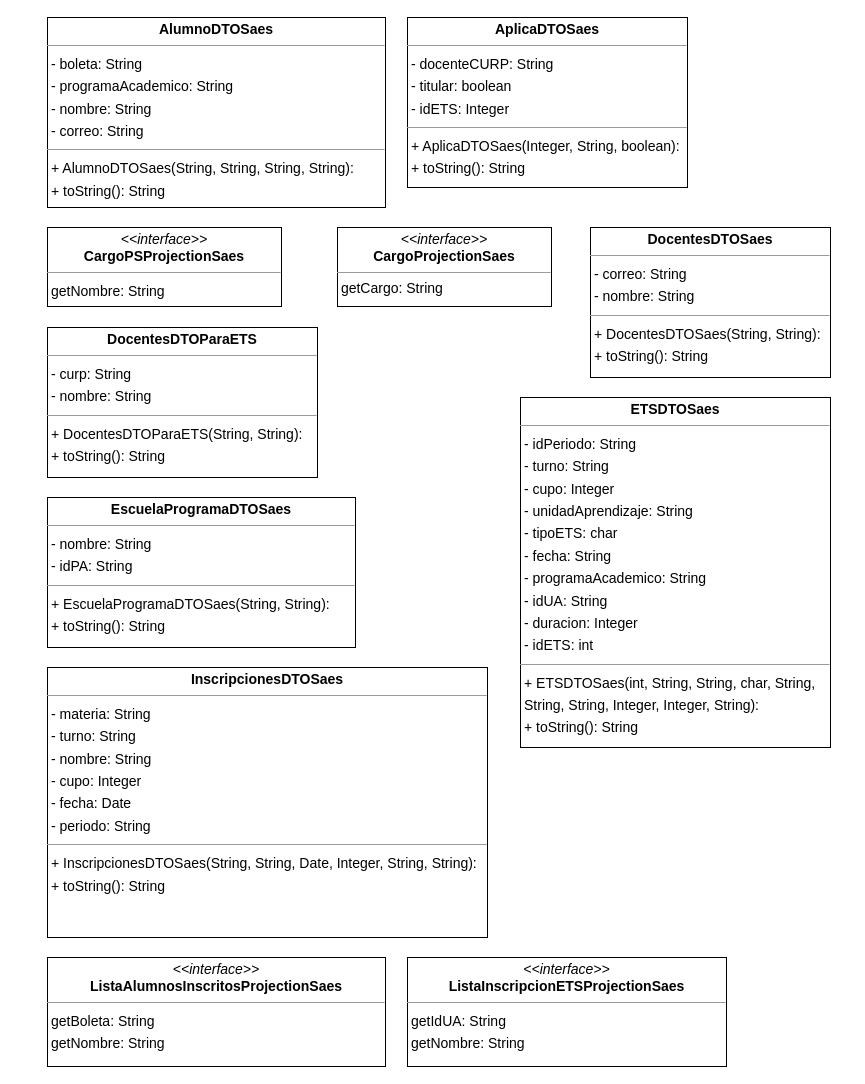
Jajr16/DocumentacionTT keeps this draw.io diagram as page "DTO1" (1 of 6) of Clases/DTOS.drawio. Above is the earlier version. Source tidied: cells renumbered, new cells numbered last; positions are measured from the earlier drawing's top-left corner, leaving out a move shared by most shapes. Both pictures are drawn from the tidied source at 100%, with x=0, y=0 at pixel (47, 17).
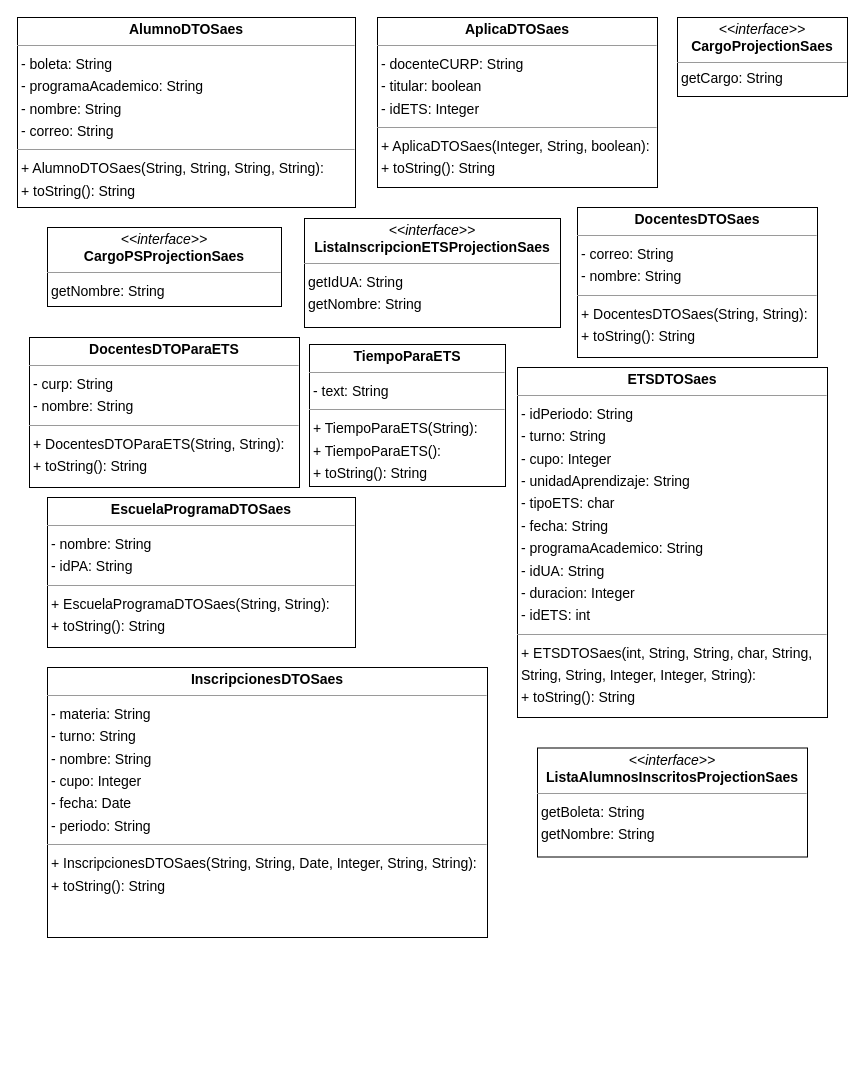
After the change.

What changed in the source:
```diff
@@
 <mxGraphModel>
   <root>
     <mxCell id="0" />
     <mxCell id="1" parent="0" />
     <mxCell id="2" value="&lt;p style=&quot;margin:0px;margin-top:4px;text-align:center;&quot;&gt;&lt;b&gt;AlumnoDTOSaes&lt;/b&gt;&lt;/p&gt;&lt;hr size=&quot;1&quot;&gt;&lt;p style=&quot;margin:0 0 0 4px;line-height:1.6;&quot;&gt;&lt;/p&gt;&lt;p style=&quot;margin:0 0 0 4px;line-height:1.6;&quot;&gt;- boleta: String&lt;br&gt;- programaAcademico: String&lt;br&gt;- nombre: String&lt;br&gt;- correo: String&lt;/p&gt;&lt;hr size=&quot;1&quot;&gt;&lt;p style=&quot;margin:0 0 0 4px;line-height:1.6;&quot;&gt;+ AlumnoDTOSaes(String, String, String, String):&lt;/p&gt;&lt;p style=&quot;margin:0 0 0 4px;line-height:1.6;&quot;&gt;+ toString(): String&lt;/p&gt;" style="verticalAlign=top;align=left;overflow=fill;fontSize=14;fontFamily=Helvetica;html=1;rounded=0;shadow=0;comic=0;labelBackgroundColor=none;strokeWidth=1;" parent="1" vertex="1">
-      <mxGeometry width="338" height="190" as="geometry" />
+      <mxGeometry x="-30" width="338" height="190" as="geometry" />
     </mxCell>
     <mxCell id="3" value="&lt;p style=&quot;margin:0px;margin-top:4px;text-align:center;&quot;&gt;&lt;b&gt;AplicaDTOSaes&lt;/b&gt;&lt;/p&gt;&lt;hr size=&quot;1&quot;&gt;&lt;p style=&quot;margin:0 0 0 4px;line-height:1.6;&quot;&gt;&lt;span style=&quot;background-color: transparent; color: light-dark(rgb(0, 0, 0), rgb(255, 255, 255));&quot;&gt;- docenteCURP: String&lt;/span&gt;&lt;/p&gt;&lt;p style=&quot;margin:0 0 0 4px;line-height:1.6;&quot;&gt;- titular: boolean&lt;br&gt;- idETS: Integer&lt;/p&gt;&lt;hr size=&quot;1&quot;&gt;&lt;p style=&quot;margin:0 0 0 4px;line-height:1.6;&quot;&gt;+ AplicaDTOSaes(Integer, String, boolean):&lt;/p&gt;&lt;p style=&quot;margin:0 0 0 4px;line-height:1.6;&quot;&gt;+ toString(): String&lt;/p&gt;&lt;p style=&quot;margin:0 0 0 4px;line-height:1.6;&quot;&gt;&lt;br&gt;&lt;/p&gt;" style="verticalAlign=top;align=left;overflow=fill;fontSize=14;fontFamily=Helvetica;html=1;rounded=0;shadow=0;comic=0;labelBackgroundColor=none;strokeWidth=1;" parent="1" vertex="1">
-      <mxGeometry x="360" width="280" height="170" as="geometry" />
+      <mxGeometry x="330" width="280" height="170" as="geometry" />
     </mxCell>
     <mxCell id="4" value="&lt;p style=&quot;margin:0px;margin-top:4px;text-align:center;&quot;&gt;&lt;i&gt;&amp;lt;&amp;lt;interface&amp;gt;&amp;gt;&lt;/i&gt;&lt;br&gt;&lt;b&gt;CargoPSProjectionSaes&lt;/b&gt;&lt;/p&gt;&lt;hr size=&quot;1&quot;&gt;&lt;p style=&quot;margin:0 0 0 4px;line-height:1.6;&quot;&gt;getNombre: String&lt;/p&gt;" style="verticalAlign=top;align=left;overflow=fill;fontSize=14;fontFamily=Helvetica;html=1;rounded=0;shadow=0;comic=0;labelBackgroundColor=none;strokeWidth=1;" parent="1" vertex="1">
       <mxGeometry y="210" width="234" height="79" as="geometry" />
     </mxCell>
     <mxCell id="5" value="&lt;p style=&quot;margin:0px;margin-top:4px;text-align:center;&quot;&gt;&lt;i&gt;&amp;lt;&amp;lt;interface&amp;gt;&amp;gt;&lt;/i&gt;&lt;br&gt;&lt;b&gt;CargoProjectionSaes&lt;/b&gt;&lt;/p&gt;&lt;hr size=&quot;1&quot;&gt;&amp;nbsp;getC&lt;span style=&quot;background-color: transparent; color: light-dark(rgb(0, 0, 0), rgb(255, 255, 255));&quot;&gt;argo: String&lt;/span&gt;" style="verticalAlign=top;align=left;overflow=fill;fontSize=14;fontFamily=Helvetica;html=1;rounded=0;shadow=0;comic=0;labelBackgroundColor=none;strokeWidth=1;" parent="1" vertex="1">
-      <mxGeometry x="290" y="210" width="214" height="79" as="geometry" />
+      <mxGeometry x="630" width="170" height="79" as="geometry" />
     </mxCell>
     <mxCell id="6" value="&lt;p style=&quot;margin:0px;margin-top:4px;text-align:center;&quot;&gt;&lt;b&gt;DocentesDTOParaETS&lt;/b&gt;&lt;/p&gt;&lt;hr size=&quot;1&quot;&gt;&lt;p style=&quot;margin:0 0 0 4px;line-height:1.6;&quot;&gt;&lt;/p&gt;&lt;p style=&quot;margin:0 0 0 4px;line-height:1.6;&quot;&gt;- curp: String&lt;br&gt;- nombre: String&lt;/p&gt;&lt;hr size=&quot;1&quot;&gt;&lt;p style=&quot;margin:0 0 0 4px;line-height:1.6;&quot;&gt;+ DocentesDTOParaETS(String, String):&lt;/p&gt;&lt;p style=&quot;margin:0 0 0 4px;line-height:1.6;&quot;&gt;+ toString(): String&lt;/p&gt;&lt;p style=&quot;margin:0 0 0 4px;line-height:1.6;&quot;&gt;&lt;br&gt;&lt;/p&gt;" style="verticalAlign=top;align=left;overflow=fill;fontSize=14;fontFamily=Helvetica;html=1;rounded=0;shadow=0;comic=0;labelBackgroundColor=none;strokeWidth=1;" parent="1" vertex="1">
-      <mxGeometry y="310" width="270" height="150" as="geometry" />
+      <mxGeometry x="-18" y="320" width="270" height="150" as="geometry" />
     </mxCell>
     <mxCell id="7" value="&lt;p style=&quot;margin:0px;margin-top:4px;text-align:center;&quot;&gt;&lt;b&gt;DocentesDTOSaes&lt;/b&gt;&lt;/p&gt;&lt;hr size=&quot;1&quot;&gt;&lt;p style=&quot;margin:0 0 0 4px;line-height:1.6;&quot;&gt;&lt;/p&gt;&lt;p style=&quot;margin:0 0 0 4px;line-height:1.6;&quot;&gt;- correo: String&lt;br&gt;- nombre: String&lt;/p&gt;&lt;hr size=&quot;1&quot;&gt;&lt;p style=&quot;margin:0 0 0 4px;line-height:1.6;&quot;&gt;+ DocentesDTOSaes(String, String):&lt;/p&gt;&lt;p style=&quot;margin:0 0 0 4px;line-height:1.6;&quot;&gt;+ toString(): String&lt;/p&gt;&lt;p style=&quot;margin:0 0 0 4px;line-height:1.6;&quot;&gt;&lt;br&gt;&lt;/p&gt;" style="verticalAlign=top;align=left;overflow=fill;fontSize=14;fontFamily=Helvetica;html=1;rounded=0;shadow=0;comic=0;labelBackgroundColor=none;strokeWidth=1;" parent="1" vertex="1">
-      <mxGeometry x="543" y="210" width="240" height="150" as="geometry" />
+      <mxGeometry x="530" y="190" width="240" height="150" as="geometry" />
     </mxCell>
     <mxCell id="8" value="&lt;p style=&quot;margin:0px;margin-top:4px;text-align:center;&quot;&gt;&lt;b&gt;ETSDTOSaes&lt;/b&gt;&lt;/p&gt;&lt;hr size=&quot;1&quot;&gt;&lt;p style=&quot;margin:0 0 0 4px;line-height:1.6;&quot;&gt;&lt;/p&gt;&lt;p style=&quot;margin:0 0 0 4px;line-height:1.6;&quot;&gt;- idPeriodo: String&lt;br&gt;- turno: String&lt;br&gt;- cupo: Integer&lt;br&gt;- unidadAprendizaje: String&lt;br&gt;- tipoETS: char&lt;br&gt;- fecha: String&lt;br&gt;- programaAcademico: String&lt;br&gt;- idUA: String&lt;br&gt;- duracion: Integer&lt;br&gt;- idETS: int&lt;/p&gt;&lt;hr size=&quot;1&quot;&gt;&lt;p style=&quot;margin:0 0 0 4px;line-height:1.6;&quot;&gt;+ ETSDTOSaes(int, String, String, char, String,&lt;br&gt;String, String, Integer, Integer, String):&lt;/p&gt;&lt;p style=&quot;margin:0 0 0 4px;line-height:1.6;&quot;&gt;+ toString(): String&lt;/p&gt;&lt;p style=&quot;margin:0 0 0 4px;line-height:1.6;&quot;&gt;&lt;br&gt;&lt;/p&gt;" style="verticalAlign=top;align=left;overflow=fill;fontSize=14;fontFamily=Helvetica;html=1;rounded=0;shadow=0;comic=0;labelBackgroundColor=none;strokeWidth=1;" parent="1" vertex="1">
-      <mxGeometry x="473" y="380" width="310" height="350" as="geometry" />
+      <mxGeometry x="470" y="350" width="310" height="350" as="geometry" />
     </mxCell>
     <mxCell id="9" value="&lt;p style=&quot;margin:0px;margin-top:4px;text-align:center;&quot;&gt;&lt;b&gt;EscuelaProgramaDTOSaes&lt;/b&gt;&lt;/p&gt;&lt;hr size=&quot;1&quot;&gt;&lt;p style=&quot;margin:0 0 0 4px;line-height:1.6;&quot;&gt;&lt;/p&gt;&lt;p style=&quot;margin:0 0 0 4px;line-height:1.6;&quot;&gt;- nombre: String&lt;br&gt;- idPA: String&lt;/p&gt;&lt;hr size=&quot;1&quot;&gt;&lt;p style=&quot;margin:0 0 0 4px;line-height:1.6;&quot;&gt;+ EscuelaProgramaDTOSaes(String, String):&lt;/p&gt;&lt;p style=&quot;margin:0 0 0 4px;line-height:1.6;&quot;&gt;+ toString(): String&lt;/p&gt;&lt;p style=&quot;margin:0 0 0 4px;line-height:1.6;&quot;&gt;&lt;br&gt;&lt;/p&gt;" style="verticalAlign=top;align=left;overflow=fill;fontSize=14;fontFamily=Helvetica;html=1;rounded=0;shadow=0;comic=0;labelBackgroundColor=none;strokeWidth=1;" parent="1" vertex="1">
       <mxGeometry y="480" width="308" height="150" as="geometry" />
     </mxCell>
     <mxCell id="10" value="&lt;p style=&quot;margin:0px;margin-top:4px;text-align:center;&quot;&gt;&lt;b&gt;InscripcionesDTOSaes&lt;/b&gt;&lt;/p&gt;&lt;hr size=&quot;1&quot;&gt;&lt;p style=&quot;margin:0 0 0 4px;line-height:1.6;&quot;&gt;&lt;/p&gt;&lt;p style=&quot;margin:0 0 0 4px;line-height:1.6;&quot;&gt;- materia: String&lt;br&gt;- turno: String&lt;br&gt;- nombre: String&lt;br&gt;- cupo: Integer&lt;br&gt;- fecha: Date&lt;br&gt;- periodo: String&lt;/p&gt;&lt;hr size=&quot;1&quot;&gt;&lt;p style=&quot;margin:0 0 0 4px;line-height:1.6;&quot;&gt;+ InscripcionesDTOSaes(String, String, Date, Integer, String, String):&lt;/p&gt;&lt;p style=&quot;margin:0 0 0 4px;line-height:1.6;&quot;&gt;+ toString(): String&lt;/p&gt;&lt;p style=&quot;margin:0 0 0 4px;line-height:1.6;&quot;&gt;&lt;br&gt;&lt;/p&gt;" style="verticalAlign=top;align=left;overflow=fill;fontSize=14;fontFamily=Helvetica;html=1;rounded=0;shadow=0;comic=0;labelBackgroundColor=none;strokeWidth=1;" parent="1" vertex="1">
       <mxGeometry y="650" width="440" height="270" as="geometry" />
     </mxCell>
     <mxCell id="11" value="&lt;p style=&quot;margin:0px;margin-top:4px;text-align:center;&quot;&gt;&lt;i&gt;&amp;lt;&amp;lt;interface&amp;gt;&amp;gt;&lt;/i&gt;&lt;br&gt;&lt;b&gt;ListaAlumnosInscritosProjectionSaes&lt;/b&gt;&lt;/p&gt;&lt;hr size=&quot;1&quot;&gt;&lt;p style=&quot;margin:0 0 0 4px;line-height:1.6;&quot;&gt;getBoleta: String&lt;br&gt;getNombre: String&lt;/p&gt;" style="verticalAlign=top;align=left;overflow=fill;fontSize=14;fontFamily=Helvetica;html=1;rounded=0;shadow=0;comic=0;labelBackgroundColor=none;strokeWidth=1;" parent="1" vertex="1">
-      <mxGeometry y="940" width="338" height="109" as="geometry" />
+      <mxGeometry x="490" y="730.5" width="270" height="109" as="geometry" />
     </mxCell>
     <mxCell id="12" value="&lt;p style=&quot;margin:0px;margin-top:4px;text-align:center;&quot;&gt;&lt;i&gt;&amp;lt;&amp;lt;interface&amp;gt;&amp;gt;&lt;/i&gt;&lt;br&gt;&lt;b&gt;ListaInscripcionETSProjectionSaes&lt;/b&gt;&lt;/p&gt;&lt;hr size=&quot;1&quot;&gt;&lt;p style=&quot;margin:0 0 0 4px;line-height:1.6;&quot;&gt;getIdUA: String&lt;br&gt;getNombre: String&lt;/p&gt;" style="verticalAlign=top;align=left;overflow=fill;fontSize=14;fontFamily=Helvetica;html=1;rounded=0;shadow=0;comic=0;labelBackgroundColor=none;strokeWidth=1;" parent="1" vertex="1">
-      <mxGeometry x="360" y="940" width="319" height="109" as="geometry" />
+      <mxGeometry x="257" y="201" width="256" height="109" as="geometry" />
     </mxCell>
+    <mxCell id="13" value="&lt;p style=&quot;margin:0px;margin-top:4px;text-align:center;&quot;&gt;&lt;b&gt;TiempoParaETS&lt;/b&gt;&lt;/p&gt;&lt;hr size=&quot;1&quot;&gt;&lt;p style=&quot;margin:0 0 0 4px;line-height:1.6;&quot;&gt;- text: String&lt;/p&gt;&lt;hr size=&quot;1&quot;&gt;&lt;p style=&quot;margin:0 0 0 4px;line-height:1.6;&quot;&gt;+ TiempoParaETS(String):&lt;br&gt;+ TiempoParaETS():&lt;/p&gt;&lt;p style=&quot;margin:0 0 0 4px;line-height:1.6;&quot;&gt;+ toString(): String&lt;/p&gt;&lt;p style=&quot;margin:0 0 0 4px;line-height:1.6;&quot;&gt;&lt;br&gt;&lt;/p&gt;" style="verticalAlign=top;align=left;overflow=fill;fontSize=14;fontFamily=Helvetica;html=1;rounded=0;shadow=0;comic=0;labelBackgroundColor=none;strokeWidth=1;" parent="1" vertex="1">
+      <mxGeometry x="262" y="327" width="196" height="142" as="geometry" />
+    </mxCell>
   </root>
 </mxGraphModel>
```
